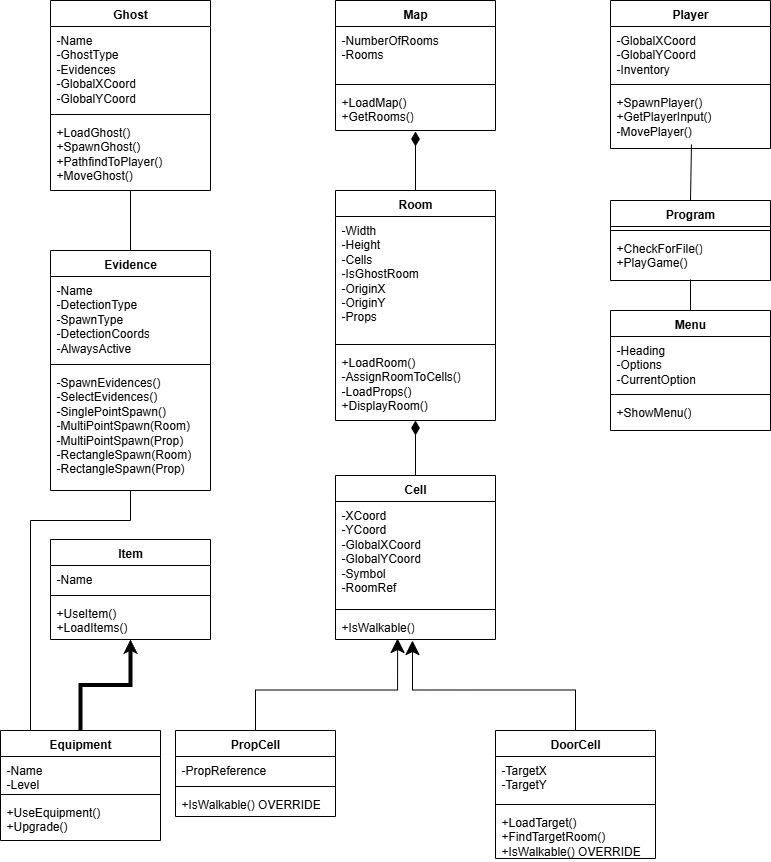
This is Untitled Diagram.drawio.png from MagnumCarlos/NEA, a draw.io export, as it was before one commit. Source tidied: cells renumbered, new cells last; positions are measured from the earlier drawing's top-left corner, leaving out a move shared by most shapes.
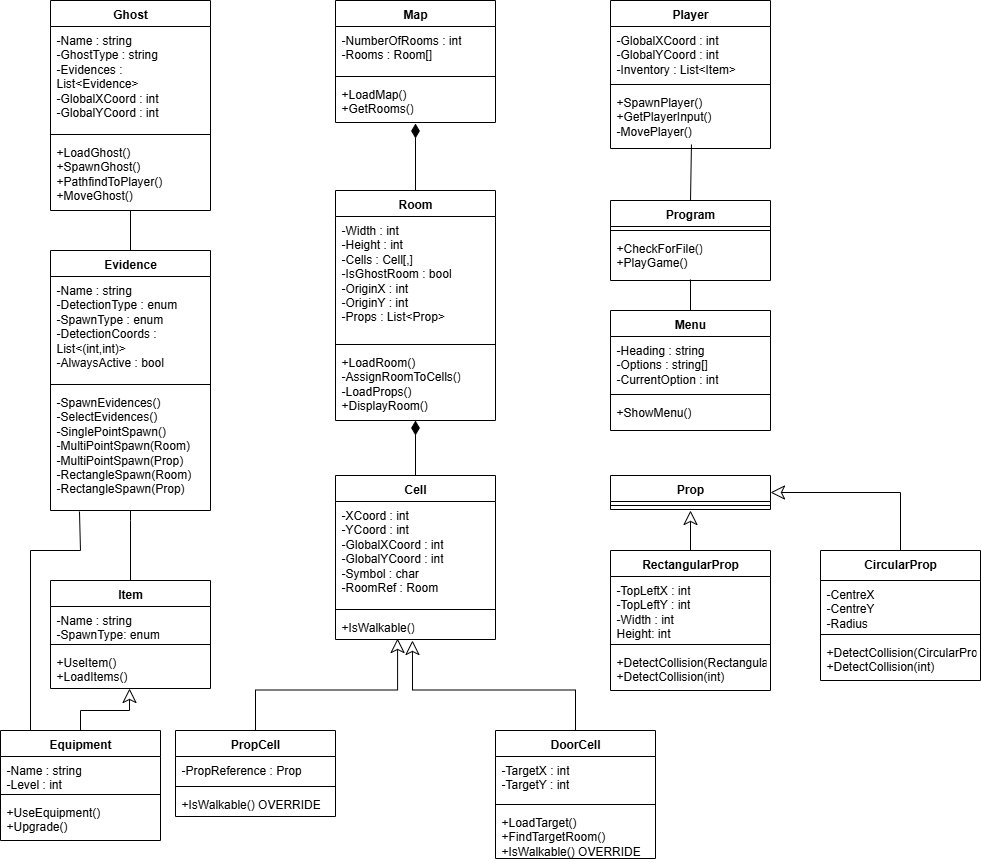
The same file after the commit.

What changed in the source:
```diff
@@ -5,12 +5,12 @@
     <mxCell id="2" value="Map" style="swimlane;fontStyle=1;align=center;verticalAlign=top;horizontal=1;startSize=26;whiteSpace=wrap;html=1;" parent="1" vertex="1">
-      <mxGeometry x="335" width="160" height="130" as="geometry" />
+      <mxGeometry x="335" width="160" height="122" as="geometry" />
     </mxCell>
-    <mxCell id="3" value="-NumberOfRooms&lt;div&gt;-Rooms&lt;/div&gt;" style="text;strokeColor=none;fillColor=none;align=left;verticalAlign=top;spacingLeft=4;spacingRight=4;overflow=hidden;whiteSpace=wrap;html=1;" parent="2" vertex="1">
-      <mxGeometry y="26" width="160" height="54" as="geometry" />
+    <mxCell id="3" value="-NumberOfRooms : int&lt;div&gt;-Rooms : Room[]&lt;/div&gt;" style="text;strokeColor=none;fillColor=none;align=left;verticalAlign=top;spacingLeft=4;spacingRight=4;overflow=hidden;whiteSpace=wrap;html=1;" parent="2" vertex="1">
+      <mxGeometry y="26" width="160" height="46" as="geometry" />
     </mxCell>
     <mxCell id="4" style="line;strokeWidth=1;fillColor=none;align=left;verticalAlign=middle;spacingTop=-1;spacingLeft=3;spacingRight=3;labelPosition=right;strokeColor=inherit;" parent="2" vertex="1">
-      <mxGeometry y="80" width="160" height="8" as="geometry" />
+      <mxGeometry y="72" width="160" height="8" as="geometry" />
     </mxCell>
     <mxCell id="5" value="+LoadMap()&lt;div&gt;+GetRooms()&lt;br&gt;&lt;div&gt;&lt;br&gt;&lt;/div&gt;&lt;/div&gt;" style="text;strokeColor=none;fillColor=none;align=left;verticalAlign=top;spacingLeft=4;spacingRight=4;overflow=hidden;points=[[0,0.5],[1,0.5]];portConstraint=eastwest;whiteSpace=wrap;html=1;" parent="2" vertex="1">
-      <mxGeometry y="88" width="160" height="42" as="geometry" />
+      <mxGeometry y="80" width="160" height="42" as="geometry" />
     </mxCell>
@@ -19,3 +19,3 @@
     </mxCell>
-    <mxCell id="7" value="-Width&lt;div&gt;-Height&lt;/div&gt;&lt;div&gt;-Cells&lt;/div&gt;&lt;div&gt;-IsGhostRoom&lt;/div&gt;&lt;div&gt;-OriginX&lt;/div&gt;&lt;div&gt;-OriginY&lt;/div&gt;&lt;div&gt;-Props&lt;/div&gt;&lt;div&gt;&lt;br&gt;&lt;/div&gt;" style="text;strokeColor=none;fillColor=none;align=left;verticalAlign=top;spacingLeft=4;spacingRight=4;overflow=hidden;whiteSpace=wrap;html=1;" parent="6" vertex="1">
+    <mxCell id="7" value="-Width : int&lt;div&gt;-Height : int&lt;/div&gt;&lt;div&gt;-Cells : Cell[,]&lt;/div&gt;&lt;div&gt;-IsGhostRoom : bool&lt;/div&gt;&lt;div&gt;-OriginX : int&lt;/div&gt;&lt;div&gt;-OriginY : int&lt;/div&gt;&lt;div&gt;-Props : List&amp;lt;Prop&amp;gt;&lt;/div&gt;&lt;div&gt;&lt;br&gt;&lt;/div&gt;" style="text;strokeColor=none;fillColor=none;align=left;verticalAlign=top;spacingLeft=4;spacingRight=4;overflow=hidden;whiteSpace=wrap;html=1;" parent="6" vertex="1">
       <mxGeometry y="26" width="160" height="124" as="geometry" />
@@ -31,3 +31,3 @@
     </mxCell>
-    <mxCell id="11" value="-XCoord&lt;div&gt;-YCoord&lt;/div&gt;&lt;div&gt;-GlobalXCoord&lt;/div&gt;&lt;div&gt;-GlobalYCoord&lt;/div&gt;&lt;div&gt;-Symbol&lt;/div&gt;&lt;div&gt;-RoomRef&lt;/div&gt;" style="text;strokeColor=none;fillColor=none;align=left;verticalAlign=top;spacingLeft=4;spacingRight=4;overflow=hidden;whiteSpace=wrap;html=1;" parent="10" vertex="1">
+    <mxCell id="11" value="-XCoord : int&lt;div&gt;-YCoord : int&lt;/div&gt;&lt;div&gt;-GlobalXCoord : int&lt;/div&gt;&lt;div&gt;-GlobalYCoord : int&lt;/div&gt;&lt;div&gt;-Symbol : char&lt;/div&gt;&lt;div&gt;-RoomRef : Room&lt;/div&gt;" style="text;strokeColor=none;fillColor=none;align=left;verticalAlign=top;spacingLeft=4;spacingRight=4;overflow=hidden;whiteSpace=wrap;html=1;" parent="10" vertex="1">
       <mxGeometry y="26" width="160" height="104" as="geometry" />
@@ -43,3 +43,3 @@
     </mxCell>
-    <mxCell id="15" value="-PropReference" style="text;strokeColor=none;fillColor=none;align=left;verticalAlign=top;spacingLeft=4;spacingRight=4;overflow=hidden;whiteSpace=wrap;html=1;" parent="14" vertex="1">
+    <mxCell id="15" value="-PropReference : Prop" style="text;strokeColor=none;fillColor=none;align=left;verticalAlign=top;spacingLeft=4;spacingRight=4;overflow=hidden;whiteSpace=wrap;html=1;" parent="14" vertex="1">
       <mxGeometry y="26" width="160" height="26" as="geometry" />
@@ -55,3 +55,3 @@
     </mxCell>
-    <mxCell id="19" value="-TargetX&lt;div&gt;-TargetY&lt;/div&gt;" style="text;strokeColor=none;fillColor=none;align=left;verticalAlign=top;spacingLeft=4;spacingRight=4;overflow=hidden;whiteSpace=wrap;html=1;" parent="18" vertex="1">
+    <mxCell id="19" value="-TargetX : int&lt;div&gt;-TargetY : int&lt;/div&gt;" style="text;strokeColor=none;fillColor=none;align=left;verticalAlign=top;spacingLeft=4;spacingRight=4;overflow=hidden;whiteSpace=wrap;html=1;" parent="18" vertex="1">
       <mxGeometry y="26" width="160" height="44" as="geometry" />
@@ -64,6 +64,6 @@
     </mxCell>
-    <mxCell id="22" style="edgeStyle=orthogonalEdgeStyle;rounded=0;jettySize=auto;html=1;entryX=0.388;entryY=0.962;entryDx=0;entryDy=0;entryPerimeter=0;endSize=12;" parent="1" edge="1" source="14" target="13">
+    <mxCell id="22" style="edgeStyle=orthogonalEdgeStyle;rounded=0;jettySize=auto;html=1;entryX=0.388;entryY=0.962;entryDx=0;entryDy=0;entryPerimeter=0;endSize=12;endFill=0;" parent="1" edge="1" source="14" target="13">
       <mxGeometry relative="1" as="geometry" />
     </mxCell>
-    <mxCell id="23" style="edgeStyle=orthogonalEdgeStyle;rounded=0;jettySize=auto;html=1;entryX=0.481;entryY=1.038;entryDx=0;entryDy=0;entryPerimeter=0;endSize=12;" parent="1" edge="1" source="18" target="13">
+    <mxCell id="23" style="edgeStyle=orthogonalEdgeStyle;rounded=0;jettySize=auto;html=1;entryX=0.481;entryY=1.038;entryDx=0;entryDy=0;entryPerimeter=0;endSize=12;shadow=0;startFill=1;endFill=0;" parent="1" edge="1" source="18" target="13">
       <mxGeometry relative="1" as="geometry" />
@@ -77,24 +77,24 @@
     <mxCell id="26" value="Ghost" style="swimlane;fontStyle=1;align=center;verticalAlign=top;horizontal=1;startSize=26;whiteSpace=wrap;html=1;" parent="1" vertex="1">
-      <mxGeometry x="50" width="160" height="190" as="geometry" />
+      <mxGeometry x="50" width="160" height="210" as="geometry" />
     </mxCell>
-    <mxCell id="27" value="-Name&lt;div&gt;-GhostType&lt;/div&gt;&lt;div&gt;-Evidences&lt;/div&gt;&lt;div&gt;-GlobalXCoord&lt;/div&gt;&lt;div&gt;-GlobalYCoord&lt;/div&gt;" style="text;strokeColor=none;fillColor=none;align=left;verticalAlign=top;spacingLeft=4;spacingRight=4;overflow=hidden;whiteSpace=wrap;html=1;" parent="26" vertex="1">
-      <mxGeometry y="26" width="160" height="84" as="geometry" />
+    <mxCell id="27" value="-Name : string&lt;div&gt;-GhostType : string&lt;/div&gt;&lt;div&gt;-Evidences : List&amp;lt;Evidence&amp;gt;&lt;/div&gt;&lt;div&gt;-GlobalXCoord : int&lt;/div&gt;&lt;div&gt;-GlobalYCoord : int&lt;/div&gt;" style="text;strokeColor=none;fillColor=none;align=left;verticalAlign=top;spacingLeft=4;spacingRight=4;overflow=hidden;whiteSpace=wrap;html=1;" parent="26" vertex="1">
+      <mxGeometry y="26" width="160" height="104" as="geometry" />
     </mxCell>
     <mxCell id="28" style="line;strokeWidth=1;fillColor=none;align=left;verticalAlign=middle;spacingTop=-1;spacingLeft=3;spacingRight=3;labelPosition=right;strokeColor=inherit;" parent="26" vertex="1">
-      <mxGeometry y="110" width="160" height="8" as="geometry" />
+      <mxGeometry y="130" width="160" height="8" as="geometry" />
     </mxCell>
     <mxCell id="29" value="+LoadGhost()&lt;div&gt;+SpawnGhost()&lt;/div&gt;&lt;div&gt;+PathfindToPlayer()&lt;/div&gt;&lt;div&gt;+MoveGhost()&lt;/div&gt;&lt;div&gt;&lt;br&gt;&lt;/div&gt;" style="text;strokeColor=none;fillColor=none;align=left;verticalAlign=top;spacingLeft=4;spacingRight=4;overflow=hidden;points=[[0,0.5],[1,0.5]];portConstraint=eastwest;whiteSpace=wrap;html=1;" parent="26" vertex="1">
-      <mxGeometry y="118" width="160" height="72" as="geometry" />
+      <mxGeometry y="138" width="160" height="72" as="geometry" />
     </mxCell>
     <mxCell id="30" value="Evidence" style="swimlane;fontStyle=1;align=center;verticalAlign=top;horizontal=1;startSize=26;whiteSpace=wrap;html=1;" parent="1" vertex="1">
-      <mxGeometry x="50" y="250" width="160" height="240" as="geometry" />
+      <mxGeometry x="50" y="250" width="160" height="260" as="geometry" />
     </mxCell>
-    <mxCell id="31" value="-Name&lt;div&gt;-DetectionType&lt;/div&gt;&lt;div&gt;-SpawnType&lt;/div&gt;&lt;div&gt;-DetectionCoords&lt;/div&gt;&lt;div&gt;-AlwaysActive&lt;/div&gt;" style="text;strokeColor=none;fillColor=none;align=left;verticalAlign=top;spacingLeft=4;spacingRight=4;overflow=hidden;whiteSpace=wrap;html=1;" parent="30" vertex="1">
-      <mxGeometry y="26" width="160" height="84" as="geometry" />
+    <mxCell id="31" value="-Name : string&lt;div&gt;-DetectionType : enum&lt;/div&gt;&lt;div&gt;&lt;span style=&quot;background-color: transparent; color: light-dark(rgb(0, 0, 0), rgb(255, 255, 255));&quot;&gt;-SpawnType : enum&lt;/span&gt;&lt;/div&gt;&lt;div&gt;-DetectionCoords : List&amp;lt;(int,int)&amp;gt;&lt;/div&gt;&lt;div&gt;-AlwaysActive : bool&lt;/div&gt;" style="text;strokeColor=none;fillColor=none;align=left;verticalAlign=top;spacingLeft=4;spacingRight=4;overflow=hidden;whiteSpace=wrap;html=1;" parent="30" vertex="1">
+      <mxGeometry y="26" width="160" height="104" as="geometry" />
     </mxCell>
     <mxCell id="32" style="line;strokeWidth=1;fillColor=none;align=left;verticalAlign=middle;spacingTop=-1;spacingLeft=3;spacingRight=3;labelPosition=right;strokeColor=inherit;" parent="30" vertex="1">
-      <mxGeometry y="110" width="160" height="8" as="geometry" />
+      <mxGeometry y="130" width="160" height="8" as="geometry" />
     </mxCell>
     <mxCell id="33" value="-SpawnEvidences()&lt;div&gt;-SelectEvidences()&lt;/div&gt;&lt;div&gt;-SinglePointSpawn()&lt;br&gt;&lt;div&gt;-MultiPointSpawn(Room)&lt;/div&gt;&lt;/div&gt;&lt;div&gt;-MultiPointSpawn(Prop)&lt;/div&gt;&lt;div&gt;-RectangleSpawn(Room)&lt;/div&gt;&lt;div&gt;-RectangleSpawn(Prop)&lt;/div&gt;&lt;div&gt;&lt;br&gt;&lt;/div&gt;" style="text;strokeColor=none;fillColor=none;align=left;verticalAlign=top;spacingLeft=4;spacingRight=4;overflow=hidden;points=[[0,0.5],[1,0.5]];portConstraint=eastwest;whiteSpace=wrap;html=1;" parent="30" vertex="1">
-      <mxGeometry y="118" width="160" height="122" as="geometry" />
+      <mxGeometry y="138" width="160" height="122" as="geometry" />
     </mxCell>
@@ -105,2 +105,7 @@
     </mxCell>
+    <mxCell id="60" style="endArrow=none;html=1;rounded=0;entryX=0.181;entryY=1.008;entryDx=0;entryDy=0;entryPerimeter=0;" parent="30" edge="1" target="33">
+      <mxGeometry relative="1" as="geometry">
+        <mxPoint x="30" y="300" as="sourcePoint" />
+      </mxGeometry>
+    </mxCell>
     <mxCell id="35" value="Player" style="swimlane;fontStyle=1;align=center;verticalAlign=top;horizontal=1;startSize=26;whiteSpace=wrap;html=1;" parent="1" vertex="1">
@@ -108,3 +113,3 @@
     </mxCell>
-    <mxCell id="36" value="-GlobalXCoord&lt;div&gt;-GlobalYCoord&lt;/div&gt;&lt;div&gt;-Inventory&lt;/div&gt;" style="text;strokeColor=none;fillColor=none;align=left;verticalAlign=top;spacingLeft=4;spacingRight=4;overflow=hidden;whiteSpace=wrap;html=1;" parent="35" vertex="1">
+    <mxCell id="36" value="-GlobalXCoord : int&lt;div&gt;-GlobalYCoord : int&lt;/div&gt;&lt;div&gt;-Inventory : List&amp;lt;Item&amp;gt;&lt;/div&gt;" style="text;strokeColor=none;fillColor=none;align=left;verticalAlign=top;spacingLeft=4;spacingRight=4;overflow=hidden;whiteSpace=wrap;html=1;" parent="35" vertex="1">
       <mxGeometry y="26" width="160" height="54" as="geometry" />
@@ -134,3 +139,3 @@
     </mxCell>
-    <mxCell id="44" value="-Heading&lt;div&gt;-Options&lt;/div&gt;&lt;div&gt;-CurrentOption&lt;/div&gt;" style="text;strokeColor=none;fillColor=none;align=left;verticalAlign=top;spacingLeft=4;spacingRight=4;overflow=hidden;whiteSpace=wrap;html=1;" parent="43" vertex="1">
+    <mxCell id="44" value="-Heading : string&lt;div&gt;-Options : string[]&lt;/div&gt;&lt;div&gt;-CurrentOption : int&lt;/div&gt;&lt;div&gt;&lt;br&gt;&lt;/div&gt;" style="text;strokeColor=none;fillColor=none;align=left;verticalAlign=top;spacingLeft=4;spacingRight=4;overflow=hidden;whiteSpace=wrap;html=1;" parent="43" vertex="1">
       <mxGeometry y="26" width="160" height="54" as="geometry" />
@@ -144,12 +149,12 @@
     <mxCell id="47" value="Item" style="swimlane;fontStyle=1;align=center;verticalAlign=top;horizontal=1;startSize=26;whiteSpace=wrap;html=1;" parent="1" vertex="1">
-      <mxGeometry x="50" y="539" width="160" height="100" as="geometry" />
+      <mxGeometry x="50" y="580" width="160" height="108" as="geometry" />
     </mxCell>
-    <mxCell id="48" value="-Name" style="text;strokeColor=none;fillColor=none;align=left;verticalAlign=top;spacingLeft=4;spacingRight=4;overflow=hidden;whiteSpace=wrap;html=1;" parent="47" vertex="1">
-      <mxGeometry y="26" width="160" height="26" as="geometry" />
+    <mxCell id="48" value="-Name : string&lt;div&gt;-SpawnType: enum&lt;/div&gt;" style="text;strokeColor=none;fillColor=none;align=left;verticalAlign=top;spacingLeft=4;spacingRight=4;overflow=hidden;whiteSpace=wrap;html=1;" parent="47" vertex="1">
+      <mxGeometry y="26" width="160" height="34" as="geometry" />
     </mxCell>
     <mxCell id="49" style="line;strokeWidth=1;fillColor=none;align=left;verticalAlign=middle;spacingTop=-1;spacingLeft=3;spacingRight=3;labelPosition=right;strokeColor=inherit;" parent="47" vertex="1">
-      <mxGeometry y="52" width="160" height="8" as="geometry" />
+      <mxGeometry y="60" width="160" height="8" as="geometry" />
     </mxCell>
     <mxCell id="50" value="+UseItem()&lt;div&gt;+LoadItems()&lt;/div&gt;" style="text;strokeColor=none;fillColor=none;align=left;verticalAlign=top;spacingLeft=4;spacingRight=4;overflow=hidden;points=[[0,0.5],[1,0.5]];portConstraint=eastwest;whiteSpace=wrap;html=1;" parent="47" vertex="1">
-      <mxGeometry y="60" width="160" height="40" as="geometry" />
+      <mxGeometry y="68" width="160" height="40" as="geometry" />
     </mxCell>
@@ -158,3 +163,3 @@
     </mxCell>
-    <mxCell id="52" value="-Name&lt;div&gt;-Level&lt;/div&gt;" style="text;strokeColor=none;fillColor=none;align=left;verticalAlign=top;spacingLeft=4;spacingRight=4;overflow=hidden;whiteSpace=wrap;html=1;" parent="51" vertex="1">
+    <mxCell id="52" value="-Name : string&lt;div&gt;-Level : int&lt;/div&gt;" style="text;strokeColor=none;fillColor=none;align=left;verticalAlign=top;spacingLeft=4;spacingRight=4;overflow=hidden;whiteSpace=wrap;html=1;" parent="51" vertex="1">
       <mxGeometry y="26" width="160" height="34" as="geometry" />
@@ -167,5 +172,2 @@
     </mxCell>
-    <mxCell id="55" style="edgeStyle=orthogonalEdgeStyle;rounded=0;jettySize=auto;html=1;entryX=0.5;entryY=1;entryDx=0;entryDy=0;entryPerimeter=0;endSize=2;strokeWidth=4;" parent="1" edge="1" source="51" target="50">
-      <mxGeometry relative="1" as="geometry" />
-    </mxCell>
     <mxCell id="56" style="endArrow=none;html=1;rounded=0;entryX=0.5;entryY=1;entryDx=0;entryDy=0;entryPerimeter=0;" parent="1" edge="1" target="29">
@@ -183,11 +185,62 @@
         <mxPoint x="30" y="730" as="sourcePoint" />
-        <mxPoint x="30" y="520" as="targetPoint" />
+        <mxPoint x="30" y="550" as="targetPoint" />
       </mxGeometry>
     </mxCell>
-    <mxCell id="59" style="endArrow=none;html=1;rounded=0;" parent="1" edge="1">
-      <mxGeometry relative="1" as="geometry">
-        <mxPoint x="30" y="520" as="sourcePoint" />
-        <mxPoint x="130" y="520" as="targetPoint" />
-      </mxGeometry>
-    </mxCell>
+    <mxCell id="55" style="edgeStyle=orthogonalEdgeStyle;rounded=0;jettySize=auto;html=1;exitX=0.5;exitY=0;exitDx=0;exitDy=0;entryX=0.494;entryY=1;entryDx=0;entryDy=0;entryPerimeter=0;endSize=12;endFill=0;" parent="1" edge="1" source="51" target="50">
+      <mxGeometry relative="1" as="geometry" />
+    </mxCell>
+    <mxCell id="61" style="endArrow=none;html=1;rounded=0;" parent="1" edge="1">
+      <mxGeometry relative="1" as="geometry">
+        <mxPoint x="130" y="580" as="sourcePoint" />
+        <mxPoint x="130" y="520" as="targetPoint" />
+      </mxGeometry>
+    </mxCell>
+    <mxCell id="62" style="endArrow=none;html=1;rounded=0;" parent="1" edge="1">
+      <mxGeometry relative="1" as="geometry">
+        <mxPoint x="30" y="550" as="sourcePoint" />
+        <mxPoint x="80" y="550" as="targetPoint" />
+      </mxGeometry>
+    </mxCell>
+    <mxCell id="63" value="Prop" style="swimlane;fontStyle=1;align=center;verticalAlign=top;horizontal=1;startSize=26;whiteSpace=wrap;html=1;" parent="1" vertex="1">
+      <mxGeometry x="610" y="475" width="160" height="34" as="geometry" />
+    </mxCell>
+    <mxCell id="64" style="endArrow=classic;html=1;rounded=0;entryX=0.5;entryY=1.125;entryDx=0;entryDy=0;entryPerimeter=0;endSize=12;endFill=0;" parent="63" edge="1" target="65">
+      <mxGeometry relative="1" as="geometry">
+        <mxPoint x="80" y="75" as="sourcePoint" />
+      </mxGeometry>
+    </mxCell>
+    <mxCell id="65" style="line;strokeWidth=1;fillColor=none;align=left;verticalAlign=middle;spacingTop=-1;spacingLeft=3;spacingRight=3;labelPosition=right;points=[];portConstraint=eastwest;strokeColor=inherit;" parent="63" vertex="1">
+      <mxGeometry y="26" width="160" height="8" as="geometry" />
+    </mxCell>
+    <mxCell id="66" value="RectangularProp" style="swimlane;fontStyle=1;align=center;verticalAlign=top;horizontal=1;startSize=26;whiteSpace=wrap;html=1;" parent="1" vertex="1">
+      <mxGeometry x="610" y="550" width="160" height="140" as="geometry" />
+    </mxCell>
+    <mxCell id="67" value="-TopLeftX : int&lt;div&gt;-TopLeftY : int&lt;/div&gt;&lt;div&gt;-Width : int&lt;/div&gt;&lt;div&gt;Height: int&lt;/div&gt;" style="text;strokeColor=none;fillColor=none;align=left;verticalAlign=top;spacingLeft=4;spacingRight=4;overflow=hidden;whiteSpace=wrap;html=1;" parent="66" vertex="1">
+      <mxGeometry y="26" width="160" height="64" as="geometry" />
+    </mxCell>
+    <mxCell id="68" style="line;strokeWidth=1;fillColor=none;align=left;verticalAlign=middle;spacingTop=-1;spacingLeft=3;spacingRight=3;labelPosition=right;strokeColor=inherit;" parent="66" vertex="1">
+      <mxGeometry y="90" width="160" height="8" as="geometry" />
+    </mxCell>
+    <mxCell id="69" value="+DetectCollision(RectangularProp)&lt;div&gt;+DetectCollision(int)&lt;/div&gt;" style="text;strokeColor=none;fillColor=none;align=left;verticalAlign=top;spacingLeft=4;spacingRight=4;overflow=hidden;whiteSpace=wrap;html=1;" parent="66" vertex="1">
+      <mxGeometry y="98" width="160" height="42" as="geometry" />
+    </mxCell>
+    <mxCell id="70" style="edgeStyle=orthogonalEdgeStyle;rounded=0;jettySize=auto;html=1;entryX=1;entryY=0.5;entryDx=0;entryDy=0;endFill=0;endSize=12;" parent="1" edge="1" source="71" target="63">
+      <mxGeometry relative="1" as="geometry">
+        <Array as="points">
+          <mxPoint x="900" y="492" />
+        </Array>
+      </mxGeometry>
+    </mxCell>
+    <mxCell id="71" value="CircularProp" style="swimlane;fontStyle=1;align=center;verticalAlign=top;horizontal=1;startSize=30;whiteSpace=wrap;html=1;" parent="1" vertex="1">
+      <mxGeometry x="820" y="550" width="160" height="130" as="geometry" />
+    </mxCell>
+    <mxCell id="72" value="-CentreX&lt;div&gt;-CentreY&lt;/div&gt;&lt;div&gt;-Radius&lt;/div&gt;" style="text;strokeColor=none;fillColor=none;align=left;verticalAlign=top;spacingLeft=4;spacingRight=4;overflow=hidden;whiteSpace=wrap;html=1;" parent="71" vertex="1">
+      <mxGeometry y="30" width="160" height="50" as="geometry" />
+    </mxCell>
+    <mxCell id="73" style="line;strokeWidth=1;fillColor=none;align=left;verticalAlign=middle;spacingTop=-1;spacingLeft=3;spacingRight=3;labelPosition=right;strokeColor=inherit;" parent="71" vertex="1">
+      <mxGeometry y="80" width="160" height="8" as="geometry" />
+    </mxCell>
+    <mxCell id="74" value="+DetectCollision(CircularProp)&lt;div&gt;+DetectCollision(int)&lt;/div&gt;" style="text;strokeColor=none;fillColor=none;align=left;verticalAlign=top;spacingLeft=4;spacingRight=4;overflow=hidden;whiteSpace=wrap;html=1;" parent="71" vertex="1">
+      <mxGeometry y="88" width="160" height="42" as="geometry" />
+    </mxCell>
   </root>
```
